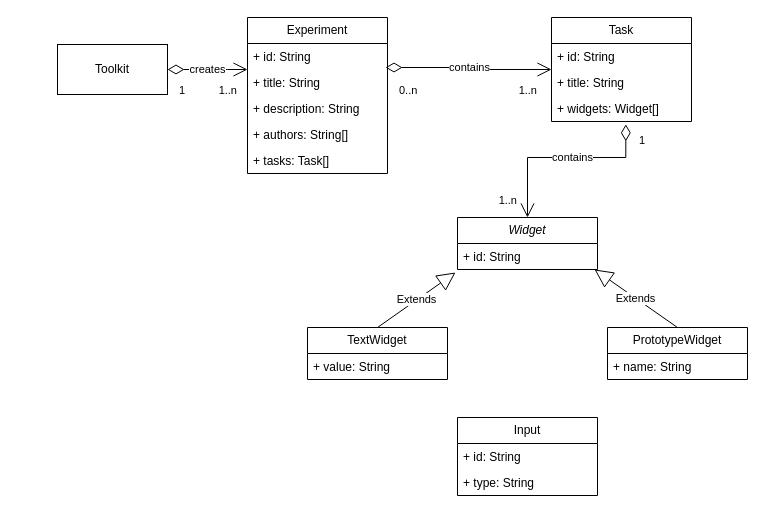
This is resources/Model.drawio from aurioldegbelo/map-experiment-creation-toolkit, a draw.io file, before an edit. Source tidied: cells renumbered, new cells numbered last; positions are measured from the earlier drawing's top-left corner, leaving out a move shared by most shapes. Both pictures are drawn from the tidied source at 100%, with x=0, y=0 at pixel (57, 17).
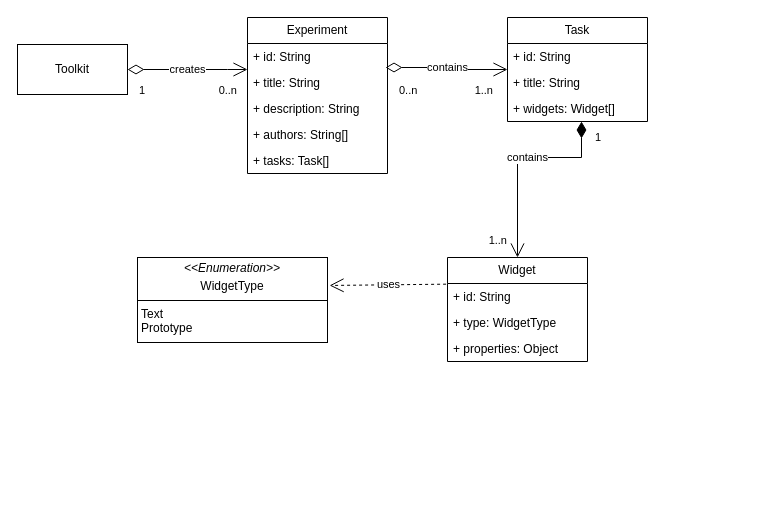
Above is the later version.

The change refers to these unchanged cells:
```xml
<mxCell id="11" value="+ widgets: Widget[]" style="text;strokeColor=none;fillColor=none;align=left;verticalAlign=top;spacingLeft=4;spacingRight=4;overflow=hidden;points=[[0,0.5],[1,0.5]];portConstraint=eastwest;whiteSpace=wrap;html=1;" parent="8" vertex="1">
  <mxGeometry y="78" width="140" height="26" as="geometry" />
</mxCell>
<mxCell id="16" value="+ id: String" style="text;strokeColor=none;fillColor=none;align=left;verticalAlign=top;spacingLeft=4;spacingRight=4;overflow=hidden;points=[[0,0.5],[1,0.5]];portConstraint=eastwest;whiteSpace=wrap;html=1;" parent="15" vertex="1">
  <mxGeometry y="26" width="140" height="26" as="geometry" />
</mxCell>
<mxCell id="30" value="creates" style="endArrow=open;html=1;endSize=12;startArrow=diamondThin;startSize=14;startFill=0;edgeStyle=orthogonalEdgeStyle;rounded=0;exitX=1;exitY=0.5;exitDx=0;exitDy=0;" parent="1" edge="1" source="29" target="2">
  <mxGeometry relative="1" as="geometry">
    <Array as="points">
      <mxPoint x="170" y="52" />
      <mxPoint x="170" y="52" />
    </Array>
  </mxGeometry>
</mxCell>
```

What changed in the source:
```diff
@@
     <mxCell id="8" value="Task" style="swimlane;fontStyle=0;horizontal=1;startSize=26;fillColor=none;whiteSpace=wrap;html=1;" parent="1" vertex="1">
-      <mxGeometry x="494" width="140" height="104" as="geometry" />
+      <mxGeometry x="450" width="140" height="104" as="geometry" />
     </mxCell>
@@
-    <mxCell id="15" value="&lt;i&gt;Widget&lt;/i&gt;" style="swimlane;fontStyle=0;horizontal=1;startSize=26;fillColor=none;whiteSpace=wrap;html=1;" parent="1" vertex="1">
-      <mxGeometry x="400" y="200" width="140" height="52" as="geometry" />
+    <mxCell id="15" value="Widget" style="swimlane;fontStyle=0;horizontal=1;startSize=26;fillColor=none;whiteSpace=wrap;html=1;" parent="1" vertex="1">
+      <mxGeometry x="390" y="240" width="140" height="104" as="geometry" />
     </mxCell>
@@
-    <mxCell id="17" value="TextWidget" style="swimlane;fontStyle=0;horizontal=1;startSize=26;fillColor=none;whiteSpace=wrap;html=1;" parent="1" vertex="1">
-      <mxGeometry x="250" y="310" width="140" height="52" as="geometry" />
-    </mxCell>
-    <mxCell id="18" value="+ value: String" style="text;strokeColor=none;fillColor=none;align=left;verticalAlign=top;spacingLeft=4;spacingRight=4;overflow=hidden;whiteSpace=wrap;html=1;" parent="17" vertex="1">
-      <mxGeometry y="26" width="140" height="26" as="geometry" />
-    </mxCell>
-    <mxCell id="19" value="Input" style="swimlane;fontStyle=0;horizontal=1;startSize=26;fillColor=none;whiteSpace=wrap;html=1;" parent="1" vertex="1">
-      <mxGeometry x="400" y="400" width="140" height="78" as="geometry" />
-    </mxCell>
-    <mxCell id="20" value="+ id: String" style="text;strokeColor=none;fillColor=none;align=left;verticalAlign=top;spacingLeft=4;spacingRight=4;overflow=hidden;whiteSpace=wrap;html=1;" parent="19" vertex="1">
-      <mxGeometry y="26" width="140" height="26" as="geometry" />
-    </mxCell>
-    <mxCell id="21" value="+ type: String" style="text;strokeColor=none;fillColor=none;align=left;verticalAlign=top;spacingLeft=4;spacingRight=4;overflow=hidden;whiteSpace=wrap;html=1;" parent="19" vertex="1">
-      <mxGeometry y="52" width="140" height="26" as="geometry" />
-    </mxCell>
+    <mxCell id="33" value="+ type: WidgetType&amp;nbsp;" style="text;strokeColor=none;fillColor=none;align=left;verticalAlign=top;spacingLeft=4;spacingRight=4;overflow=hidden;whiteSpace=wrap;html=1;" parent="15" vertex="1">
+      <mxGeometry y="52" width="140" height="26" as="geometry" />
+    </mxCell>
+    <mxCell id="34" value="+ properties: Object" style="text;strokeColor=none;fillColor=none;align=left;verticalAlign=top;spacingLeft=4;spacingRight=4;overflow=hidden;whiteSpace=wrap;html=1;" parent="15" vertex="1">
+      <mxGeometry y="78" width="140" height="26" as="geometry" />
+    </mxCell>
-    <mxCell id="22" value="contains" style="endArrow=open;html=1;endSize=12;startArrow=diamondThin;startSize=14;startFill=0;edgeStyle=orthogonalEdgeStyle;rounded=0;exitX=0.531;exitY=1.109;exitDx=0;exitDy=0;exitPerimeter=0;entryX=0.5;entryY=0;entryDx=0;entryDy=0;" parent="1" edge="1" source="11" target="15">
+    <mxCell id="22" value="contains" style="endArrow=open;html=1;endSize=12;startArrow=diamondThin;startSize=14;startFill=1;edgeStyle=orthogonalEdgeStyle;rounded=0;entryX=0.5;entryY=0;entryDx=0;entryDy=0;" parent="1" edge="1" source="11" target="15">
       <mxGeometry x="-0.1" relative="1" as="geometry">
         <Array as="points">
-          <mxPoint x="568" y="140" />
-          <mxPoint x="470" y="140" />
+          <mxPoint x="524" y="140" />
+          <mxPoint x="460" y="140" />
         </Array>
       </mxGeometry>
     </mxCell>
@@
-    <mxCell id="25" value="Extends" style="endArrow=block;endSize=16;endFill=0;html=1;rounded=0;exitX=0.5;exitY=0;exitDx=0;exitDy=0;entryX=-0.014;entryY=1.115;entryDx=0;entryDy=0;entryPerimeter=0;" parent="1" edge="1" source="17" target="16">
-      <mxGeometry relative="1" as="geometry" />
-    </mxCell>
-    <mxCell id="26" value="PrototypeWidget" style="swimlane;fontStyle=0;horizontal=1;startSize=26;fillColor=none;whiteSpace=wrap;html=1;" parent="1" vertex="1">
-      <mxGeometry x="550" y="310" width="140" height="52" as="geometry" />
-    </mxCell>
-    <mxCell id="27" value="+ name: String" style="text;strokeColor=none;fillColor=none;align=left;verticalAlign=top;spacingLeft=4;spacingRight=4;overflow=hidden;whiteSpace=wrap;html=1;" parent="26" vertex="1">
-      <mxGeometry y="26" width="140" height="26" as="geometry" />
-    </mxCell>
-    <mxCell id="28" value="Extends" style="endArrow=block;endSize=16;endFill=0;html=1;rounded=0;exitX=0.5;exitY=0;exitDx=0;exitDy=0;entryX=0.979;entryY=1;entryDx=0;entryDy=0;entryPerimeter=0;" parent="1" edge="1" source="26" target="16">
-      <mxGeometry relative="1" as="geometry" />
-    </mxCell>
     <mxCell id="29" value="Toolkit" style="html=1;whiteSpace=wrap;" parent="1" vertex="1">
-      <mxGeometry y="27" width="110" height="50" as="geometry" />
+      <mxGeometry x="-40" y="27" width="110" height="50" as="geometry" />
     </mxCell>
@@
-    <mxCell id="32" value="1..n" style="edgeLabel;html=1;align=right;verticalAlign=top;" parent="30" vertex="1">
+    <mxCell id="32" value="0..n" style="edgeLabel;html=1;align=right;verticalAlign=top;" parent="30" vertex="1">
       <mxGeometry x="1" relative="1" as="geometry">
         <mxPoint x="-10" y="8" as="offset" />
       </mxGeometry>
     </mxCell>
+    <mxCell id="35" value="&lt;p style=&quot;margin:0px;margin-top:4px;text-align:center;&quot;&gt;&lt;i&gt;&amp;lt;&amp;lt;Enumeration&amp;gt;&amp;gt;&lt;/i&gt;&lt;br&gt;&lt;/p&gt;&lt;p style=&quot;margin:0px;margin-top:4px;text-align:center;&quot;&gt;WidgetType&lt;/p&gt;&lt;hr size=&quot;1&quot; style=&quot;border-style:solid;&quot;&gt;&lt;p style=&quot;margin:0px;margin-left:4px;&quot;&gt;Text&lt;/p&gt;&lt;p style=&quot;margin:0px;margin-left:4px;&quot;&gt;Prototype&lt;/p&gt;&lt;p style=&quot;margin:0px;margin-left:4px;&quot;&gt;&lt;br&gt;&lt;/p&gt;" style="verticalAlign=top;align=left;overflow=fill;html=1;whiteSpace=wrap;" parent="1" vertex="1">
+      <mxGeometry x="80" y="240" width="190" height="85" as="geometry" />
+    </mxCell>
+    <mxCell id="36" value="uses" style="endArrow=open;endSize=12;dashed=1;html=1;rounded=0;exitX=-0.01;exitY=0.026;exitDx=0;exitDy=0;exitPerimeter=0;entryX=1.011;entryY=0.329;entryDx=0;entryDy=0;entryPerimeter=0;" parent="1" edge="1" source="16" target="35">
+      <mxGeometry relative="1" as="geometry" />
+    </mxCell>
```
